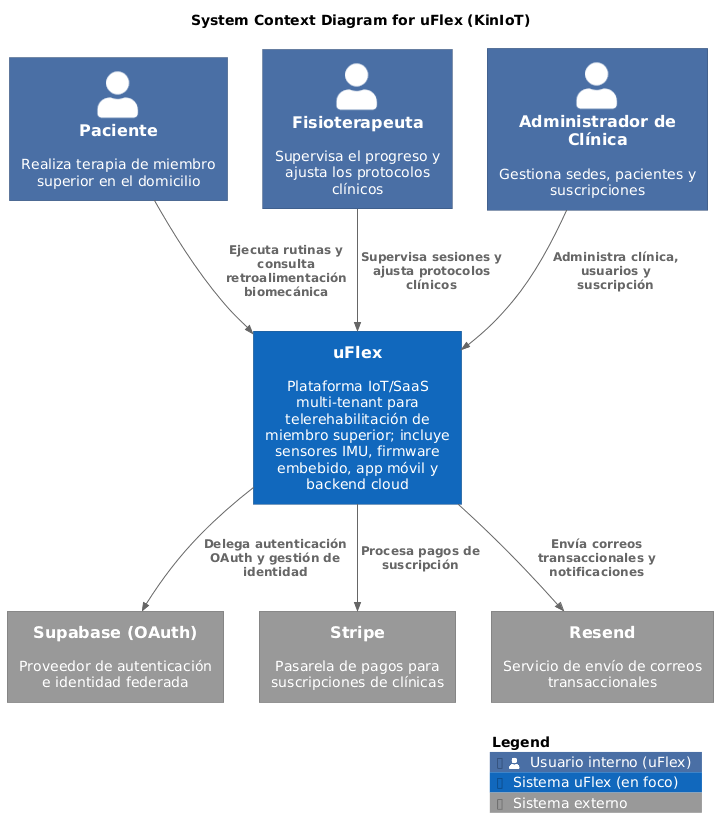
The PlantUML diagram assets/diagrams/software-architecture/context/src/context.png in kiniot/uflex-project-report, before a commit.
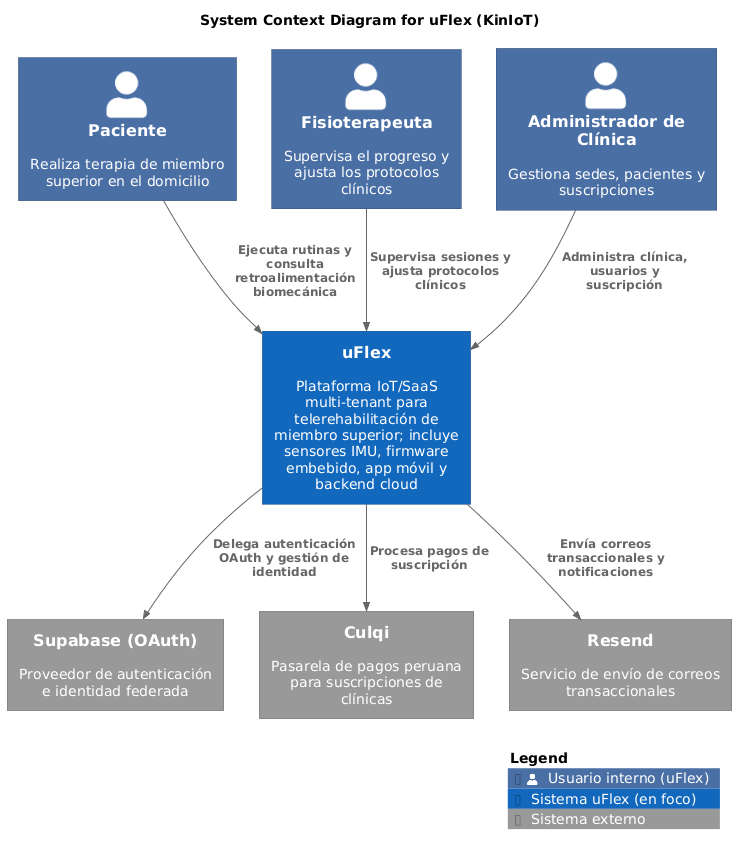
After the change.

The edit, as a diff of the source:
```diff
@@ -21,7 +21,7 @@
 System(uflex, "uFlex", "Plataforma IoT/SaaS multi-tenant para telerehabilitación de miembro superior; incluye sensores IMU, firmware embebido, app móvil y backend cloud", $tags="target")
 
 System_Ext(supabase, "Supabase (OAuth)", "Proveedor de autenticación e identidad federada", $tags="external")
-System_Ext(stripe,   "Stripe",            "Pasarela de pagos para suscripciones de clínicas", $tags="external")
+System_Ext(culqi,    "Culqi",             "Pasarela de pagos peruana para suscripciones de clínicas", $tags="external")
 System_Ext(resend,   "Resend",            "Servicio de envío de correos transaccionales", $tags="external")
 
 Rel(patient,         uflex, "Ejecuta rutinas y consulta retroalimentación biomecánica")
@@ -29,7 +29,7 @@
 Rel(clinicAdmin,     uflex, "Administra clínica, usuarios y suscripción")
 
 Rel(uflex, supabase, "Delega autenticación OAuth y gestión de identidad")
-Rel(uflex, stripe,   "Procesa pagos de suscripción")
+Rel(uflex, culqi,    "Procesa pagos de suscripción")
 Rel(uflex, resend,   "Envía correos transaccionales y notificaciones")
 
 SHOW_LEGEND()
```
